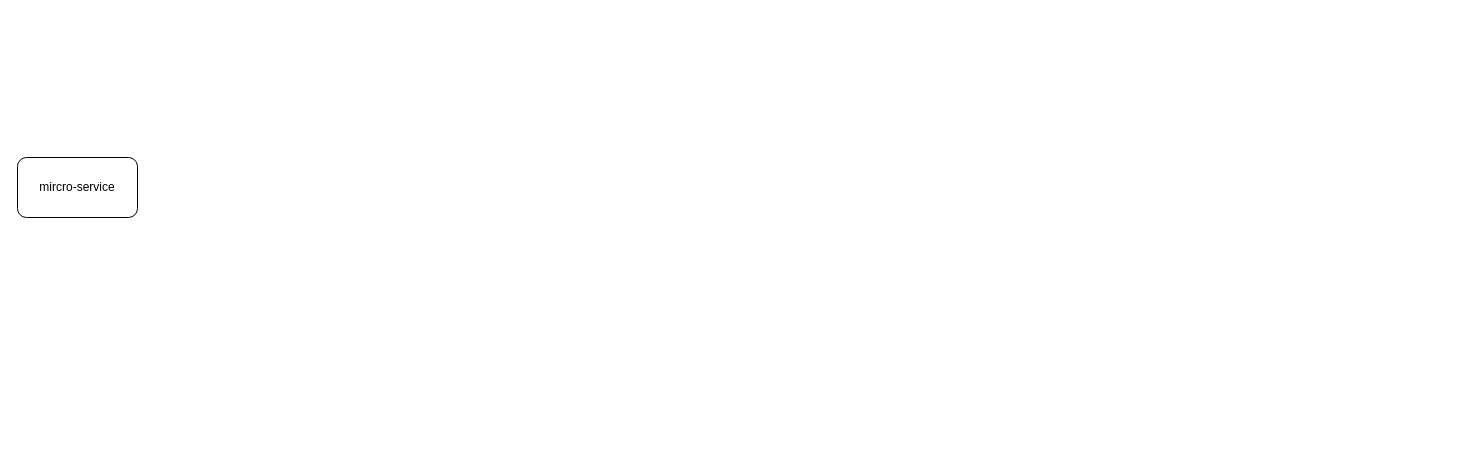
Above: Untitled Diagram.drawio in Yupeng-2001/study-notes (draw.io), before the change. Source tidied: cells renumbered, new cells numbered last; positions are measured from the earlier drawing's top-left corner, leaving out a move shared by most shapes. Both pictures are drawn from the tidied source at 100%, with x=0, y=0 at pixel (17, 157).
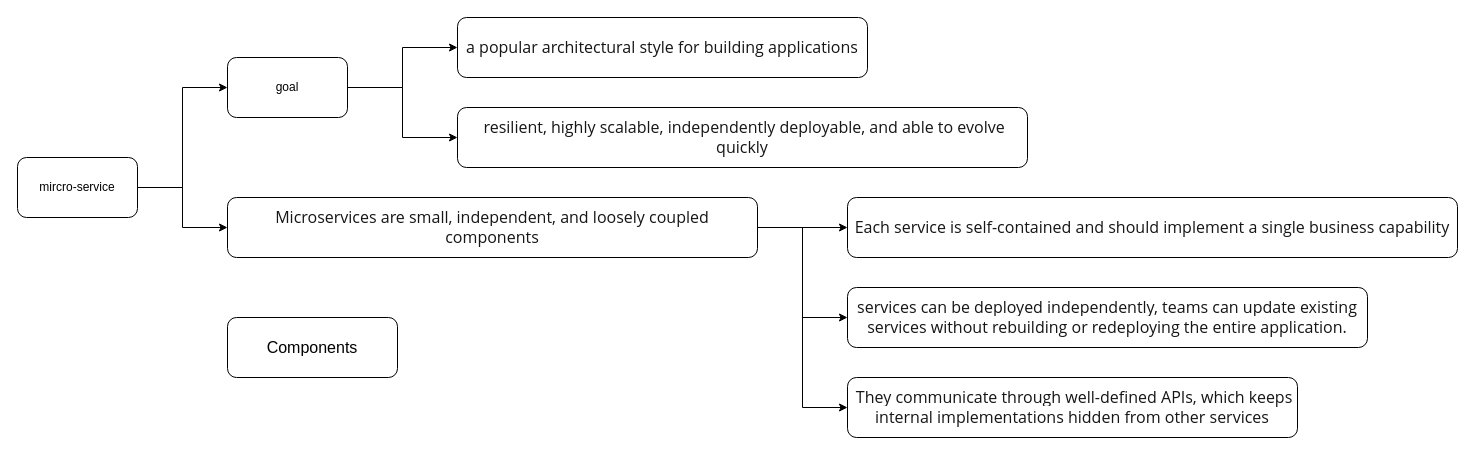
The same diagram, later.

What changed in the source:
```diff
@@
 <mxGraphModel>
   <root>
     <mxCell id="0" />
     <mxCell id="1" parent="0" />
+    <mxCell id="3" style="edgeStyle=orthogonalEdgeStyle;rounded=0;jettySize=auto;html=1;entryX=0;entryY=0.5;entryDx=0;entryDy=0;" parent="1" edge="1" source="2" target="9">
+      <mxGeometry relative="1" as="geometry" />
+    </mxCell>
+    <mxCell id="4" style="edgeStyle=orthogonalEdgeStyle;rounded=0;jettySize=auto;html=1;entryX=0;entryY=0.5;entryDx=0;entryDy=0;" parent="1" edge="1" source="2" target="13">
+      <mxGeometry relative="1" as="geometry" />
+    </mxCell>
     <mxCell id="2" value="mircro-service" style="rounded=1;whiteSpace=wrap;html=1;" parent="1" vertex="1">
       <mxGeometry width="120" height="60" as="geometry" />
     </mxCell>
+    <mxCell id="5" value="&lt;span style=&quot;color: rgb(22, 22, 22); font-family: &amp;quot;Segoe UI&amp;quot;, &amp;quot;Segoe UI Variable Text&amp;quot;, -apple-system, BlinkMacSystemFont, &amp;quot;Helvetica Neue&amp;quot;, Helvetica, Arial, sans-serif; font-size: 16px; text-align: start; background-color: rgb(255, 255, 255);&quot;&gt;a popular architectural style for building applications&lt;/span&gt;" style="rounded=1;whiteSpace=wrap;html=1;" parent="1" vertex="1">
+      <mxGeometry x="440" y="-140" width="410" height="60" as="geometry" />
+    </mxCell>
+    <mxCell id="6" value="&lt;span style=&quot;color: rgb(22, 22, 22); font-family: &amp;quot;Segoe UI&amp;quot;, &amp;quot;Segoe UI Variable Text&amp;quot;, -apple-system, BlinkMacSystemFont, &amp;quot;Helvetica Neue&amp;quot;, Helvetica, Arial, sans-serif; font-size: 16px; text-align: start; background-color: rgb(255, 255, 255);&quot;&gt;&amp;nbsp;resilient, highly scalable, independently deployable, and able to evolve quickly&lt;/span&gt;" style="rounded=1;whiteSpace=wrap;html=1;" parent="1" vertex="1">
+      <mxGeometry x="440" y="-50" width="570" height="60" as="geometry" />
+    </mxCell>
+    <mxCell id="7" style="edgeStyle=orthogonalEdgeStyle;rounded=0;jettySize=auto;html=1;entryX=0;entryY=0.5;entryDx=0;entryDy=0;" parent="1" edge="1" source="9" target="5">
+      <mxGeometry relative="1" as="geometry" />
+    </mxCell>
+    <mxCell id="8" style="edgeStyle=orthogonalEdgeStyle;rounded=0;jettySize=auto;html=1;" parent="1" edge="1" source="9" target="6">
+      <mxGeometry relative="1" as="geometry" />
+    </mxCell>
+    <mxCell id="9" value="goal" style="rounded=1;whiteSpace=wrap;html=1;" parent="1" vertex="1">
+      <mxGeometry x="210" y="-100" width="120" height="60" as="geometry" />
+    </mxCell>
+    <mxCell id="10" style="edgeStyle=orthogonalEdgeStyle;rounded=0;jettySize=auto;html=1;" parent="1" edge="1" source="13" target="14">
+      <mxGeometry relative="1" as="geometry" />
+    </mxCell>
+    <mxCell id="11" style="edgeStyle=orthogonalEdgeStyle;rounded=0;jettySize=auto;html=1;entryX=0;entryY=0.5;entryDx=0;entryDy=0;" parent="1" edge="1" source="13" target="15">
+      <mxGeometry relative="1" as="geometry" />
+    </mxCell>
+    <mxCell id="12" style="edgeStyle=orthogonalEdgeStyle;rounded=0;jettySize=auto;html=1;entryX=0;entryY=0.5;entryDx=0;entryDy=0;" parent="1" edge="1" source="13" target="16">
+      <mxGeometry relative="1" as="geometry" />
+    </mxCell>
+    <mxCell id="13" value="&lt;span style=&quot;color: rgb(22, 22, 22); font-family: &amp;quot;Segoe UI&amp;quot;, &amp;quot;Segoe UI Variable Text&amp;quot;, -apple-system, BlinkMacSystemFont, &amp;quot;Helvetica Neue&amp;quot;, Helvetica, Arial, sans-serif; font-size: 16px; text-align: start; background-color: rgb(255, 255, 255);&quot;&gt;Microservices are small, independent, and loosely coupled components&lt;/span&gt;" style="rounded=1;whiteSpace=wrap;html=1;" parent="1" vertex="1">
+      <mxGeometry x="210" y="40" width="530" height="60" as="geometry" />
+    </mxCell>
+    <mxCell id="14" value="&lt;span style=&quot;color: rgb(22, 22, 22); font-family: &amp;quot;Segoe UI&amp;quot;, &amp;quot;Segoe UI Variable Text&amp;quot;, -apple-system, BlinkMacSystemFont, &amp;quot;Helvetica Neue&amp;quot;, Helvetica, Arial, sans-serif; font-size: 16px; text-align: start; background-color: rgb(255, 255, 255);&quot;&gt;Each service is self-contained and should implement a single business capability&lt;/span&gt;" style="rounded=1;whiteSpace=wrap;html=1;" parent="1" vertex="1">
+      <mxGeometry x="830" y="40" width="610" height="60" as="geometry" />
+    </mxCell>
+    <mxCell id="15" value="&lt;span style=&quot;color: rgb(22, 22, 22); font-family: &amp;quot;Segoe UI&amp;quot;, &amp;quot;Segoe UI Variable Text&amp;quot;, -apple-system, BlinkMacSystemFont, &amp;quot;Helvetica Neue&amp;quot;, Helvetica, Arial, sans-serif; font-size: 16px; text-align: start; background-color: rgb(255, 255, 255);&quot;&gt;services can be deployed independently, teams can update existing services without rebuilding or redeploying the entire application.&lt;/span&gt;" style="rounded=1;whiteSpace=wrap;html=1;" parent="1" vertex="1">
+      <mxGeometry x="830" y="130" width="520" height="60" as="geometry" />
+    </mxCell>
+    <mxCell id="16" value="&lt;span style=&quot;color: rgb(22, 22, 22); font-family: &amp;quot;Segoe UI&amp;quot;, &amp;quot;Segoe UI Variable Text&amp;quot;, -apple-system, BlinkMacSystemFont, &amp;quot;Helvetica Neue&amp;quot;, Helvetica, Arial, sans-serif; font-size: 16px; text-align: start; background-color: rgb(255, 255, 255);&quot;&gt;&amp;nbsp;They communicate through well-defined APIs, which keeps internal implementations hidden from other services&lt;/span&gt;" style="rounded=1;whiteSpace=wrap;html=1;" parent="1" vertex="1">
+      <mxGeometry x="830" y="220" width="450" height="60" as="geometry" />
+    </mxCell>
+    <mxCell id="17" value="Components" style="rounded=1;whiteSpace=wrap;html=1;align=center;verticalAlign=middle;fontSize=16;" parent="1" vertex="1">
+      <mxGeometry x="210" y="160" width="170" height="60" as="geometry" />
+    </mxCell>
   </root>
 </mxGraphModel>
```
